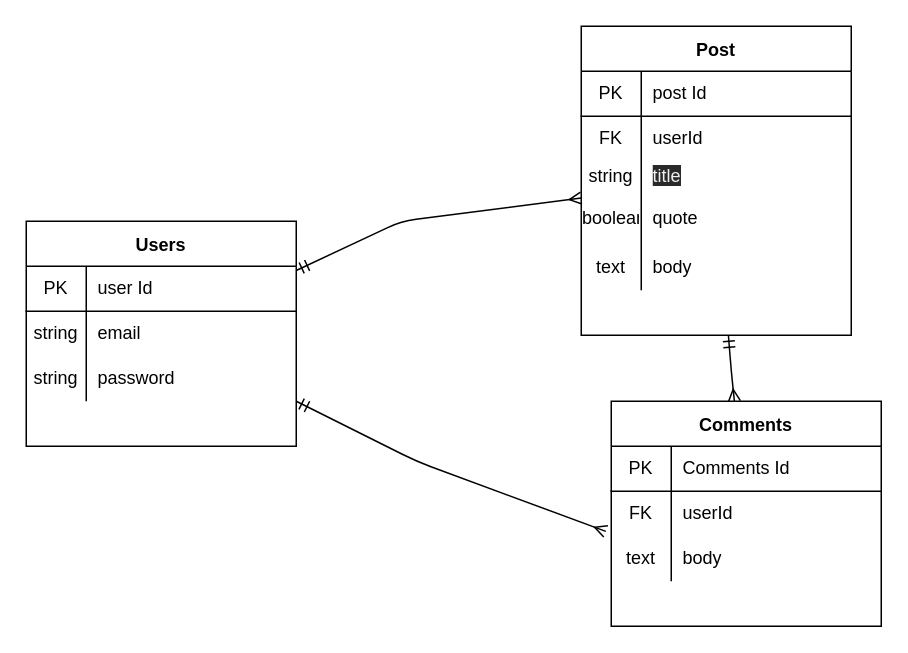
The draw.io diagram bq.drawio in erhaneth/blockqoute, before the edit. Source tidied: cells renumbered, new cells numbered last; positions are measured from the earlier drawing's top-left corner, leaving out a move shared by most shapes. Both pictures are drawn from the tidied source at 150%, with x=0, y=0 at pixel (26, 26).
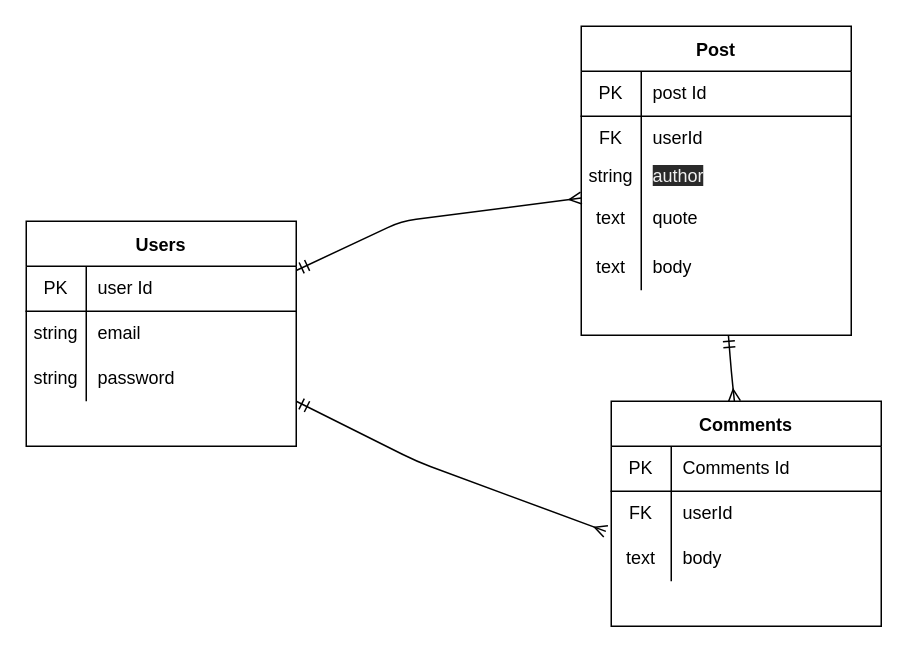
The same diagram, later.

The change refers to these unchanged cells:
```xml
<mxCell id="22" style="shape=partialRectangle;html=1;whiteSpace=wrap;fillColor=none;top=0;left=0;bottom=0;right=0;" parent="15" vertex="1">
  <mxGeometry y="90" width="180" height="20" as="geometry" />
</mxCell>
<mxCell id="25" style="shape=partialRectangle;html=1;whiteSpace=wrap;fillColor=none;top=0;left=0;bottom=0;right=0;" parent="15" vertex="1">
  <mxGeometry y="110" width="180" height="36" as="geometry" />
</mxCell>
```

The edit, as a diff of the source:
```diff
@@
-    <mxCell id="24" value="&lt;span style=&quot;color: rgb(240, 240, 240); font-family: helvetica; font-size: 12px; font-style: normal; font-weight: 400; letter-spacing: normal; text-align: left; text-indent: 0px; text-transform: none; word-spacing: 0px; background-color: rgb(42, 42, 42); display: inline; float: none;&quot;&gt;title&lt;/span&gt;" style="shape=partialRectangle;html=1;whiteSpace=wrap;fillColor=none;top=0;left=0;bottom=0;right=0;align=left;spacingLeft=6;overflow=hidden;" parent="22" vertex="1">
+    <mxCell id="24" value="&lt;span style=&quot;color: rgb(240 , 240 , 240) ; font-family: &amp;#34;helvetica&amp;#34; ; font-size: 12px ; font-style: normal ; font-weight: 400 ; letter-spacing: normal ; text-align: left ; text-indent: 0px ; text-transform: none ; word-spacing: 0px ; background-color: rgb(42 , 42 , 42) ; display: inline ; float: none&quot;&gt;author&lt;/span&gt;" style="shape=partialRectangle;html=1;whiteSpace=wrap;fillColor=none;top=0;left=0;bottom=0;right=0;align=left;spacingLeft=6;overflow=hidden;" parent="22" vertex="1">
       <mxGeometry x="40" width="140" height="20" as="geometry" />
     </mxCell>
@@
-    <mxCell id="26" value="boolean" style="shape=partialRectangle;html=1;whiteSpace=wrap;fillColor=none;top=0;left=0;bottom=0;right=0;overflow=hidden;" parent="25" vertex="1">
+    <mxCell id="26" value="text" style="shape=partialRectangle;html=1;whiteSpace=wrap;fillColor=none;top=0;left=0;bottom=0;right=0;overflow=hidden;" parent="25" vertex="1">
       <mxGeometry width="40" height="36" as="geometry" />
     </mxCell>
```
